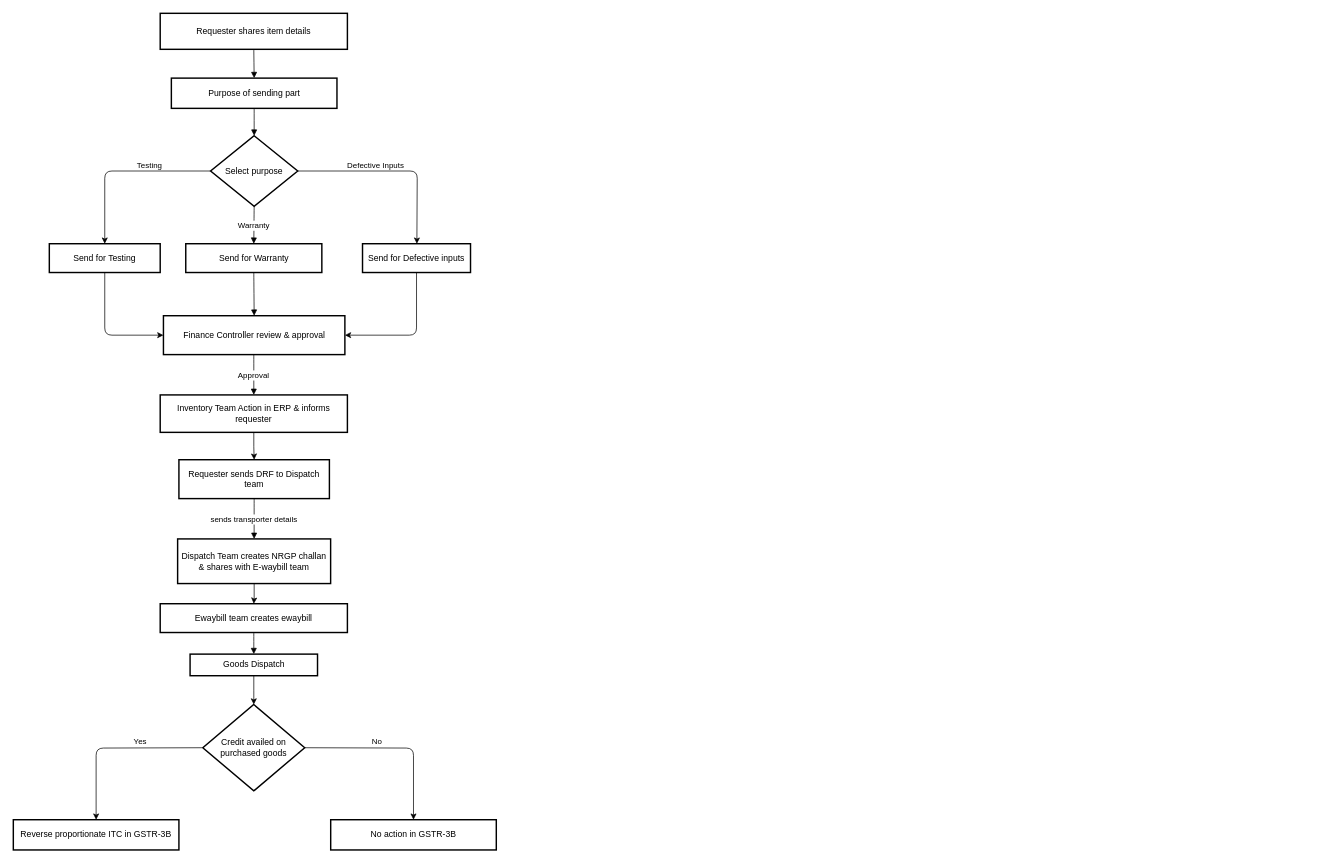
Before: NRGP Flow.drawio in apk1995apk/M3, a draw.io diagram. Source tidied: cells renumbered, new cells numbered last; positions are measured from the earlier drawing's top-left corner, leaving out a move shared by most shapes. Both pictures are drawn from the tidied source at 72%, with x=0, y=0 at pixel (13, 13).
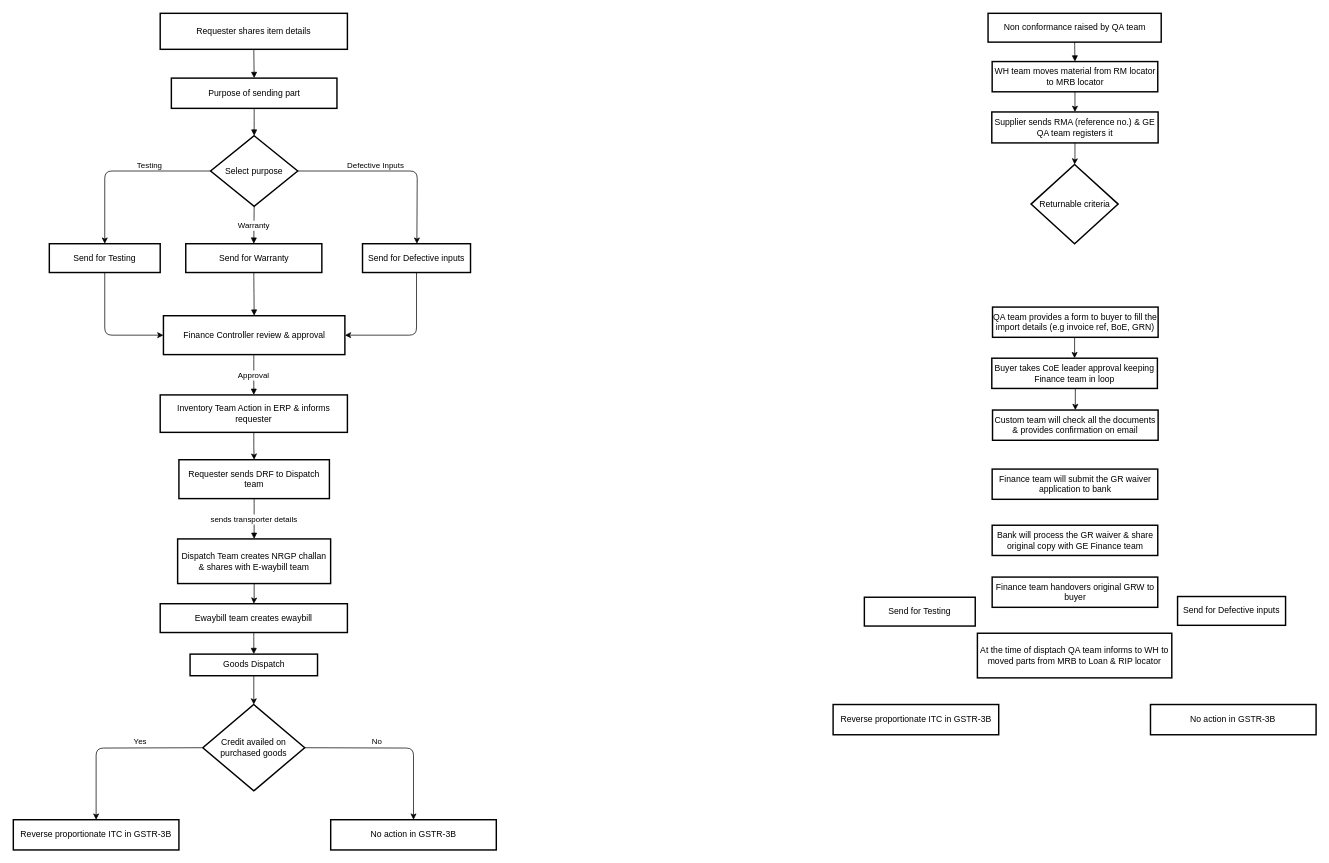
The same page after the edit.

Diff of the diagram source:
```diff
@@
+    <mxCell id="38" value="Non conformance raised by QA team" style="whiteSpace=wrap;strokeWidth=2;" parent="1" vertex="1">
+      <mxGeometry x="1353.8" width="240.5" height="40" as="geometry" />
+    </mxCell>
+    <mxCell id="39" style="edgeStyle=orthogonalEdgeStyle;rounded=0;jettySize=auto;html=1;exitX=0.5;exitY=1;exitDx=0;exitDy=0;entryX=0.5;entryY=0;entryDx=0;entryDy=0;" parent="1" edge="1" source="40" target="50">
+      <mxGeometry relative="1" as="geometry" />
+    </mxCell>
+    <mxCell id="40" value="WH team moves material from RM locator to MRB locator" style="whiteSpace=wrap;strokeWidth=2;" parent="1" vertex="1">
+      <mxGeometry x="1359.5" y="67" width="230" height="42" as="geometry" />
+    </mxCell>
+    <mxCell id="41" value="Send for Testing" style="whiteSpace=wrap;strokeWidth=2;" parent="1" vertex="1">
+      <mxGeometry x="1182" y="811" width="154" height="40" as="geometry" />
+    </mxCell>
+    <mxCell id="42" style="curved=1;startArrow=none;endArrow=block;exitX=0.5;exitY=1;entryX=0.5;entryY=0;rounded=0;" parent="1" edge="1" source="38" target="40">
+      <mxGeometry relative="1" as="geometry" />
+    </mxCell>
+    <mxCell id="43" style="edgeStyle=orthogonalEdgeStyle;rounded=1;jettySize=auto;html=1;exitX=0.5;exitY=1;exitDx=0;exitDy=0;entryX=1;entryY=0.5;entryDx=0;entryDy=0;curved=0;" parent="1" edge="1" target="44">
+      <mxGeometry relative="1" as="geometry">
+        <mxPoint x="1692.5" y="850" as="sourcePoint" />
+      </mxGeometry>
+    </mxCell>
+    <mxCell id="44" value="Send for Defective inputs" style="whiteSpace=wrap;strokeWidth=2;" parent="1" vertex="1">
+      <mxGeometry x="1617" y="810" width="150" height="40" as="geometry" />
+    </mxCell>
+    <mxCell id="45" value="Reverse proportionate ITC in GSTR-3B" style="whiteSpace=wrap;strokeWidth=2;" parent="1" vertex="1">
+      <mxGeometry x="1138.6" y="960" width="230" height="42" as="geometry" />
+    </mxCell>
+    <mxCell id="46" value="No action in GSTR-3B" style="whiteSpace=wrap;strokeWidth=2;" parent="1" vertex="1">
+      <mxGeometry x="1579.4" y="960" width="230" height="42" as="geometry" />
+    </mxCell>
+    <mxCell id="47" style="edgeStyle=orthogonalEdgeStyle;rounded=0;jettySize=auto;html=1;exitX=0.5;exitY=1;exitDx=0;exitDy=0;entryX=0.5;entryY=0;entryDx=0;entryDy=0;" parent="1" edge="1" source="48" target="52">
+      <mxGeometry relative="1" as="geometry" />
+    </mxCell>
+    <mxCell id="48" value="QA team provides a form to buyer to fill the import details (e.g invoice ref, BoE, GRN)" style="whiteSpace=wrap;strokeWidth=2;" parent="1" vertex="1">
+      <mxGeometry x="1360" y="408" width="230" height="42" as="geometry" />
+    </mxCell>
+    <mxCell id="49" style="edgeStyle=orthogonalEdgeStyle;rounded=0;jettySize=auto;html=1;" parent="1" edge="1" source="50" target="58">
+      <mxGeometry relative="1" as="geometry" />
+    </mxCell>
+    <mxCell id="50" value="Supplier sends RMA (reference no.) &amp; GE QA team registers it" style="whiteSpace=wrap;strokeWidth=2;" parent="1" vertex="1">
+      <mxGeometry x="1359" y="137" width="231" height="43" as="geometry" />
+    </mxCell>
+    <mxCell id="51" style="edgeStyle=orthogonalEdgeStyle;rounded=0;jettySize=auto;html=1;exitX=0.5;exitY=1;exitDx=0;exitDy=0;entryX=0.5;entryY=0;entryDx=0;entryDy=0;" parent="1" edge="1" source="52" target="55">
+      <mxGeometry relative="1" as="geometry" />
+    </mxCell>
+    <mxCell id="52" value="Buyer takes CoE leader approval keeping Finance team in loop" style="whiteSpace=wrap;strokeWidth=2;" parent="1" vertex="1">
+      <mxGeometry x="1359" y="479" width="230" height="42" as="geometry" />
+    </mxCell>
+    <mxCell id="53" value="At the time of disptach QA team informs to WH to moved parts from MRB to Loan &amp; RIP locator" style="whiteSpace=wrap;strokeWidth=2;" parent="1" vertex="1">
+      <mxGeometry x="1339" y="861" width="270" height="62" as="geometry" />
+    </mxCell>
+    <mxCell id="54" value="Finance team will submit the GR waiver application to bank" style="whiteSpace=wrap;strokeWidth=2;" parent="1" vertex="1">
+      <mxGeometry x="1359.5" y="633" width="230" height="42" as="geometry" />
+    </mxCell>
+    <mxCell id="55" value="Custom team will check all the documents &amp; provides confirmation on email" style="whiteSpace=wrap;strokeWidth=2;" parent="1" vertex="1">
+      <mxGeometry x="1360" y="551" width="230" height="42" as="geometry" />
+    </mxCell>
+    <mxCell id="56" value="Bank will process the GR waiver &amp; share original copy with GE Finance team" style="whiteSpace=wrap;strokeWidth=2;" parent="1" vertex="1">
+      <mxGeometry x="1359.5" y="711" width="230" height="42" as="geometry" />
+    </mxCell>
+    <mxCell id="57" value="Finance team handovers original GRW to buyer" style="whiteSpace=wrap;strokeWidth=2;" parent="1" vertex="1">
+      <mxGeometry x="1359.5" y="783" width="230" height="42" as="geometry" />
+    </mxCell>
+    <mxCell id="58" value="Returnable criteria" style="rhombus;strokeWidth=2;whiteSpace=wrap;" parent="1" vertex="1">
+      <mxGeometry x="1413.5" y="210" width="121" height="110" as="geometry" />
+    </mxCell>
```
